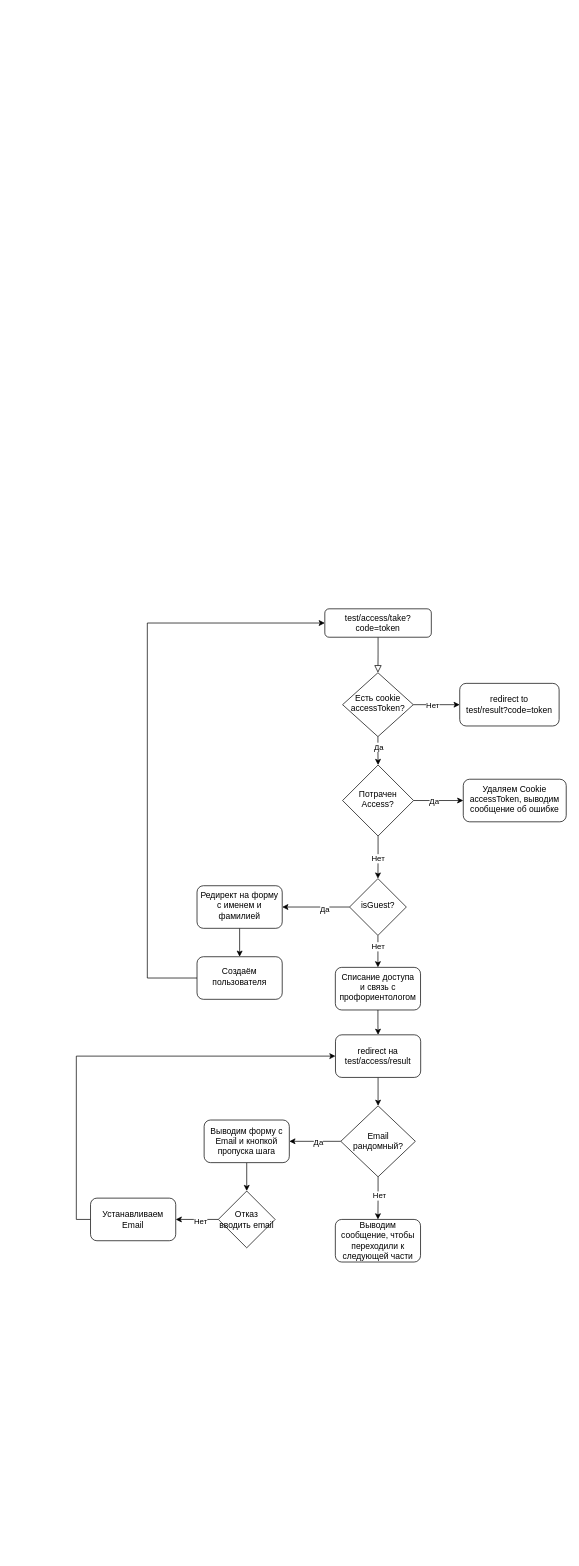
Earlier version of the draw.io diagram Диаграмма без названия.drawio (davidtema/drawio). Source tidied: cells renumbered, new cells numbered last; positions are measured from the earlier drawing's top-left corner, leaving out a move shared by most shapes. Both pictures are drawn from the tidied source at 71%, with x=0, y=0 at pixel (90, 608).
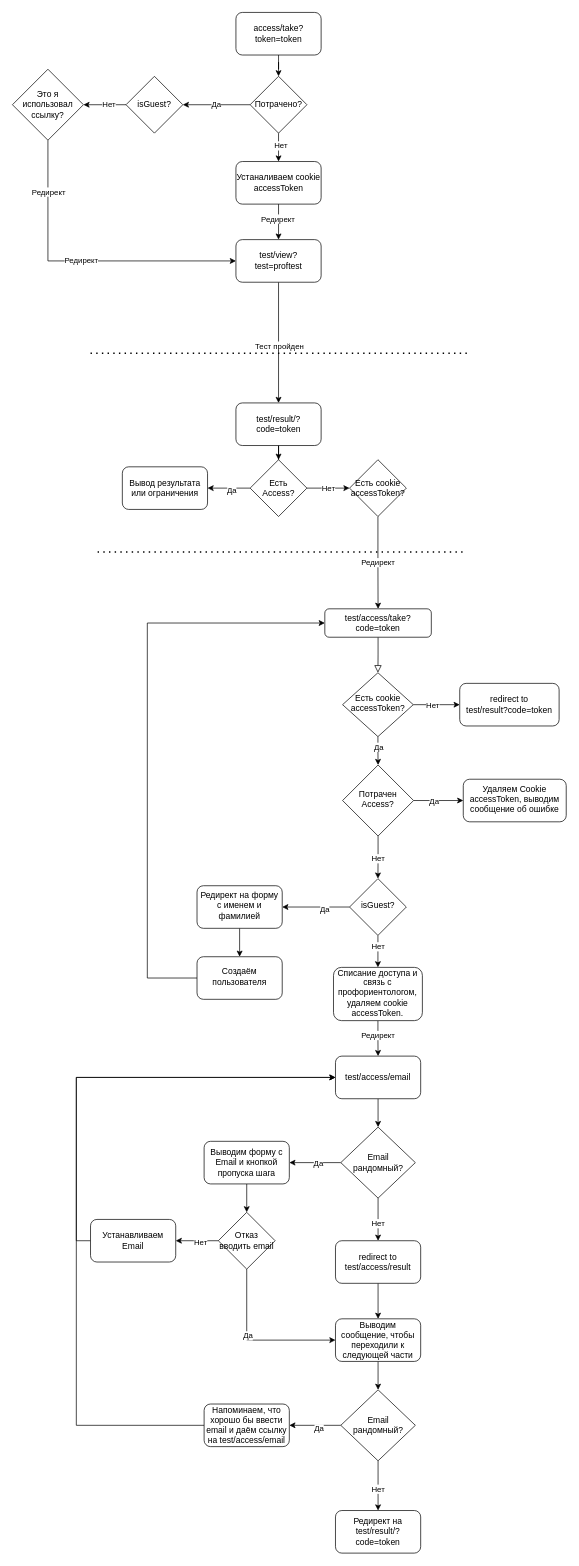
The same diagram, later.

Commit message:
Обновление диаграммы одноразовой ссылки.drawio

Unchanged cells that the change refers to:
```xml
<mxCell id="3" value="test/access/take?code=token" style="rounded=1;whiteSpace=wrap;html=1;fontSize=12;glass=0;strokeWidth=1;shadow=0;" parent="1" vertex="1">
  <mxGeometry x="330" width="150" height="40" as="geometry" />
</mxCell>
<mxCell id="25" style="edgeStyle=orthogonalEdgeStyle;rounded=0;jettySize=auto;html=1;" parent="1" edge="1" source="26" target="41">
  <mxGeometry relative="1" as="geometry" />
</mxCell>
```

What changed in the source:
```diff
@@
+    <mxCell id="42" value="Редирект" style="edgeLabel;html=1;align=center;verticalAlign=middle;" parent="25" vertex="1">
+      <mxGeometry x="-0.2" relative="1" as="geometry" />
+    </mxCell>
-    <mxCell id="26" value="Списание доступа и связь с профориентологом" style="rounded=1;whiteSpace=wrap;html=1;shadow=0;strokeWidth=1;spacing=6;spacingTop=-4;" parent="1" vertex="1">
-      <mxGeometry x="344.8" y="505" width="120" height="60" as="geometry" />
+    <mxCell id="26" value="Списание доступа и связь с профориентологом, удаляем cookie accessToken." style="rounded=1;whiteSpace=wrap;html=1;shadow=0;strokeWidth=1;spacing=6;spacingTop=-4;" parent="1" vertex="1">
+      <mxGeometry x="342.2" y="505" width="125.2" height="75" as="geometry" />
     </mxCell>
@@
-    <mxCell id="29" style="edgeStyle=orthogonalEdgeStyle;rounded=0;jettySize=auto;html=1;" parent="1" edge="1" source="31" target="34">
-      <mxGeometry relative="1" as="geometry" />
-    </mxCell>
-    <mxCell id="30" value="Нет" style="edgeLabel;html=1;align=center;verticalAlign=middle;" parent="29" vertex="1">
-      <mxGeometry x="-0.13" y="1" relative="1" as="geometry" />
-    </mxCell>
+    <mxCell id="43" style="edgeStyle=orthogonalEdgeStyle;rounded=0;jettySize=auto;html=1;" parent="1" edge="1" source="31" target="49">
+      <mxGeometry relative="1" as="geometry" />
+    </mxCell>
+    <mxCell id="44" value="Нет" style="edgeLabel;html=1;align=center;verticalAlign=middle;" parent="43" vertex="1">
+      <mxGeometry x="0.16" y="-1" relative="1" as="geometry" />
+    </mxCell>
     <mxCell id="31" value="Email рандомный?" style="rhombus;whiteSpace=wrap;html=1;" parent="1" vertex="1">
-      <mxGeometry x="352.5" y="700" width="105" height="100" as="geometry" />
+      <mxGeometry x="352.5" y="730" width="105" height="100" as="geometry" />
     </mxCell>
@@
     <mxCell id="33" value="Выводим форму с Email и кнопкой пропуска шага" style="rounded=1;whiteSpace=wrap;html=1;" parent="1" vertex="1">
-      <mxGeometry x="160" y="720" width="120" height="60" as="geometry" />
+      <mxGeometry x="160" y="750" width="120" height="60" as="geometry" />
     </mxCell>
+    <mxCell id="45" style="edgeStyle=orthogonalEdgeStyle;rounded=0;jettySize=auto;html=1;" parent="1" edge="1" source="34" target="54">
+      <mxGeometry relative="1" as="geometry" />
+    </mxCell>
     <mxCell id="34" value="Выводим сообщение, чтобы переходили к следующей части" style="rounded=1;whiteSpace=wrap;html=1;" parent="1" vertex="1">
-      <mxGeometry x="344.8" y="860" width="120" height="60" as="geometry" />
+      <mxGeometry x="345" y="1000" width="120" height="60" as="geometry" />
     </mxCell>
@@
+    <mxCell id="46" style="edgeStyle=orthogonalEdgeStyle;rounded=0;jettySize=auto;html=1;entryX=0;entryY=0.5;entryDx=0;entryDy=0;" parent="1" edge="1" source="37" target="34">
+      <mxGeometry relative="1" as="geometry">
+        <Array as="points">
+          <mxPoint x="220" y="1030" />
+        </Array>
+      </mxGeometry>
+    </mxCell>
+    <mxCell id="47" value="Да" style="edgeLabel;html=1;align=center;verticalAlign=middle;" parent="46" vertex="1">
+      <mxGeometry x="-0.17" y="1" relative="1" as="geometry" />
+    </mxCell>
     <mxCell id="37" value="Отказ вводить email" style="rhombus;whiteSpace=wrap;html=1;" parent="1" vertex="1">
-      <mxGeometry x="180" y="820" width="80" height="80" as="geometry" />
+      <mxGeometry x="180" y="850" width="80" height="80" as="geometry" />
     </mxCell>
@@
     <mxCell id="39" value="Устанавливаем Email" style="rounded=1;whiteSpace=wrap;html=1;" parent="1" vertex="1">
-      <mxGeometry y="830" width="120" height="60" as="geometry" />
+      <mxGeometry y="860" width="120" height="60" as="geometry" />
     </mxCell>
@@
-    <mxCell id="41" value="redirect на test/access/result" style="rounded=1;whiteSpace=wrap;html=1;" parent="1" vertex="1">
-      <mxGeometry x="345" y="600" width="120" height="60" as="geometry" />
+    <mxCell id="41" value="test/access/email" style="rounded=1;whiteSpace=wrap;html=1;" parent="1" vertex="1">
+      <mxGeometry x="345" y="630" width="120" height="60" as="geometry" />
     </mxCell>
+    <mxCell id="48" style="edgeStyle=orthogonalEdgeStyle;rounded=0;jettySize=auto;html=1;" parent="1" edge="1" source="49" target="34">
+      <mxGeometry relative="1" as="geometry" />
+    </mxCell>
+    <mxCell id="49" value="redirect to test/access/result" style="rounded=1;whiteSpace=wrap;html=1;" parent="1" vertex="1">
+      <mxGeometry x="345" y="890" width="120" height="60" as="geometry" />
+    </mxCell>
+    <mxCell id="50" style="edgeStyle=orthogonalEdgeStyle;rounded=0;jettySize=auto;html=1;" parent="1" edge="1" source="54" target="56">
+      <mxGeometry relative="1" as="geometry" />
+    </mxCell>
+    <mxCell id="51" value="Да" style="edgeLabel;html=1;align=center;verticalAlign=middle;" parent="50" vertex="1">
+      <mxGeometry x="-0.15" y="4" relative="1" as="geometry" />
+    </mxCell>
+    <mxCell id="52" style="edgeStyle=orthogonalEdgeStyle;rounded=0;jettySize=auto;html=1;" parent="1" edge="1" source="54" target="57">
+      <mxGeometry relative="1" as="geometry" />
+    </mxCell>
+    <mxCell id="53" value="Нет" style="edgeLabel;html=1;align=center;verticalAlign=middle;" parent="52" vertex="1">
+      <mxGeometry x="0.11" y="-1" relative="1" as="geometry" />
+    </mxCell>
+    <mxCell id="54" value="Email рандомный?" style="rhombus;whiteSpace=wrap;html=1;" parent="1" vertex="1">
+      <mxGeometry x="352.5" y="1100" width="105" height="100" as="geometry" />
+    </mxCell>
+    <mxCell id="55" style="edgeStyle=orthogonalEdgeStyle;rounded=0;jettySize=auto;html=1;exitX=0;exitY=0.5;exitDx=0;exitDy=0;entryX=0;entryY=0.5;entryDx=0;entryDy=0;" parent="1" edge="1" source="56" target="41">
+      <mxGeometry relative="1" as="geometry">
+        <Array as="points">
+          <mxPoint x="-20" y="1150" />
+          <mxPoint x="-20" y="660" />
+        </Array>
+      </mxGeometry>
+    </mxCell>
+    <mxCell id="56" value="Напоминаем, что хорошо бы ввести email и даём ссылку на test/access/email" style="rounded=1;whiteSpace=wrap;html=1;" parent="1" vertex="1">
+      <mxGeometry x="160" y="1120" width="120" height="60" as="geometry" />
+    </mxCell>
+    <mxCell id="57" value="Редирект на test/result/?code=token" style="rounded=1;whiteSpace=wrap;html=1;" parent="1" vertex="1">
+      <mxGeometry x="345" y="1270" width="120" height="60" as="geometry" />
+    </mxCell>
+    <mxCell id="58" style="edgeStyle=orthogonalEdgeStyle;rounded=0;jettySize=auto;html=1;" parent="1" edge="1" source="59" target="63">
+      <mxGeometry relative="1" as="geometry" />
+    </mxCell>
+    <mxCell id="59" value="access/take?token=token" style="rounded=1;whiteSpace=wrap;html=1;" parent="1" vertex="1">
+      <mxGeometry x="204.8" y="-840" width="120" height="60" as="geometry" />
+    </mxCell>
+    <mxCell id="60" value="Да" style="edgeStyle=orthogonalEdgeStyle;rounded=0;jettySize=auto;html=1;" parent="1" edge="1" source="63">
+      <mxGeometry relative="1" as="geometry">
+        <mxPoint x="130" y="-710" as="targetPoint" />
+      </mxGeometry>
+    </mxCell>
+    <mxCell id="61" style="edgeStyle=orthogonalEdgeStyle;rounded=0;jettySize=auto;html=1;" parent="1" edge="1" source="63" target="66">
+      <mxGeometry relative="1" as="geometry" />
+    </mxCell>
+    <mxCell id="62" value="Нет" style="edgeLabel;html=1;align=center;verticalAlign=middle;" parent="61" vertex="1">
+      <mxGeometry x="-0.16" y="3" relative="1" as="geometry" />
+    </mxCell>
+    <mxCell id="63" value="Потрачено?" style="rhombus;whiteSpace=wrap;html=1;" parent="1" vertex="1">
+      <mxGeometry x="224.8" y="-750" width="80" height="80" as="geometry" />
+    </mxCell>
+    <mxCell id="64" style="edgeStyle=orthogonalEdgeStyle;rounded=0;jettySize=auto;html=1;" parent="1" edge="1" source="66" target="75">
+      <mxGeometry relative="1" as="geometry" />
+    </mxCell>
+    <mxCell id="65" value="Редирект" style="edgeLabel;html=1;align=center;verticalAlign=middle;" parent="64" vertex="1">
+      <mxGeometry x="-0.18" y="-1" relative="1" as="geometry">
+        <mxPoint y="-1" as="offset" />
+      </mxGeometry>
+    </mxCell>
+    <mxCell id="66" value="Устаналиваем cookie accessToken" style="rounded=1;whiteSpace=wrap;html=1;" parent="1" vertex="1">
+      <mxGeometry x="204.8" y="-630" width="120" height="60" as="geometry" />
+    </mxCell>
+    <mxCell id="67" style="edgeStyle=orthogonalEdgeStyle;rounded=0;jettySize=auto;html=1;" parent="1" edge="1" source="69" target="72">
+      <mxGeometry relative="1" as="geometry" />
+    </mxCell>
+    <mxCell id="68" value="Нет" style="edgeLabel;html=1;align=center;verticalAlign=middle;" parent="67" vertex="1">
+      <mxGeometry x="-0.17" y="-1" relative="1" as="geometry" />
+    </mxCell>
+    <mxCell id="69" value="isGuest?" style="rhombus;whiteSpace=wrap;html=1;" parent="1" vertex="1">
+      <mxGeometry x="50" y="-750" width="80" height="80" as="geometry" />
+    </mxCell>
+    <mxCell id="70" value="Редирект" style="edgeStyle=orthogonalEdgeStyle;rounded=0;jettySize=auto;html=1;exitX=0.5;exitY=1;exitDx=0;exitDy=0;entryX=0;entryY=0.5;entryDx=0;entryDy=0;" parent="1" edge="1" source="72" target="75">
+      <mxGeometry relative="1" as="geometry" />
+    </mxCell>
+    <mxCell id="71" value="Редирект" style="edgeLabel;html=1;align=center;verticalAlign=middle;" parent="70" vertex="1">
+      <mxGeometry x="-0.67" relative="1" as="geometry" />
+    </mxCell>
+    <mxCell id="72" value="Это я использовал ссылку?" style="rhombus;whiteSpace=wrap;html=1;" parent="1" vertex="1">
+      <mxGeometry x="-110" y="-760" width="100" height="100" as="geometry" />
+    </mxCell>
+    <mxCell id="73" style="edgeStyle=orthogonalEdgeStyle;rounded=0;jettySize=auto;html=1;exitX=0.5;exitY=1;exitDx=0;exitDy=0;entryX=0.5;entryY=0;entryDx=0;entryDy=0;" parent="1" edge="1" source="75" target="77">
+      <mxGeometry relative="1" as="geometry" />
+    </mxCell>
+    <mxCell id="74" value="Тест пройден" style="edgeLabel;html=1;align=center;verticalAlign=middle;" parent="73" vertex="1">
+      <mxGeometry x="0.05" y="1" relative="1" as="geometry" />
+    </mxCell>
+    <mxCell id="75" value="test/view?test=proftest" style="rounded=1;whiteSpace=wrap;html=1;" parent="1" vertex="1">
+      <mxGeometry x="204.8" y="-520" width="120" height="60" as="geometry" />
+    </mxCell>
+    <mxCell id="76" style="edgeStyle=orthogonalEdgeStyle;rounded=0;jettySize=auto;html=1;" parent="1" edge="1" source="77" target="81">
+      <mxGeometry relative="1" as="geometry" />
+    </mxCell>
+    <mxCell id="77" value="test/result/?code=token" style="rounded=1;whiteSpace=wrap;html=1;" parent="1" vertex="1">
+      <mxGeometry x="204.8" y="-290" width="120" height="60" as="geometry" />
+    </mxCell>
+    <mxCell id="78" style="edgeStyle=orthogonalEdgeStyle;rounded=0;jettySize=auto;html=1;" parent="1" edge="1" source="81" target="82">
+      <mxGeometry relative="1" as="geometry" />
+    </mxCell>
+    <mxCell id="79" value="Да" style="edgeLabel;html=1;align=center;verticalAlign=middle;" parent="78" vertex="1">
+      <mxGeometry x="-0.15" y="2" relative="1" as="geometry" />
+    </mxCell>
+    <mxCell id="80" value="Нет" style="edgeStyle=orthogonalEdgeStyle;rounded=0;jettySize=auto;html=1;" parent="1" edge="1" source="81" target="84">
+      <mxGeometry relative="1" as="geometry" />
+    </mxCell>
+    <mxCell id="81" value="Есть &lt;br&gt;Access?" style="rhombus;whiteSpace=wrap;html=1;" parent="1" vertex="1">
+      <mxGeometry x="224.8" y="-210" width="80" height="80" as="geometry" />
+    </mxCell>
+    <mxCell id="82" value="Вывод результата или ограничения" style="rounded=1;whiteSpace=wrap;html=1;" parent="1" vertex="1">
+      <mxGeometry x="44.8" y="-200" width="120" height="60" as="geometry" />
+    </mxCell>
+    <mxCell id="83" value="Редирект" style="edgeStyle=orthogonalEdgeStyle;rounded=0;jettySize=auto;html=1;" parent="1" edge="1" source="84" target="3">
+      <mxGeometry relative="1" as="geometry" />
+    </mxCell>
+    <mxCell id="84" value="Есть cookie accessToken?" style="rhombus;whiteSpace=wrap;html=1;" parent="1" vertex="1">
+      <mxGeometry x="364.8" y="-210" width="80" height="80" as="geometry" />
+    </mxCell>
+    <mxCell id="85" style="endArrow=none;dashed=1;html=1;dashPattern=1 3;strokeWidth=2;rounded=0;" parent="1" edge="1">
+      <mxGeometry relative="1" as="geometry">
+        <mxPoint y="-360" as="sourcePoint" />
+        <mxPoint x="530" y="-360" as="targetPoint" />
+      </mxGeometry>
+    </mxCell>
+    <mxCell id="86" style="endArrow=none;dashed=1;html=1;dashPattern=1 3;strokeWidth=2;rounded=0;" parent="1" edge="1">
+      <mxGeometry relative="1" as="geometry">
+        <mxPoint x="10" y="-80" as="sourcePoint" />
+        <mxPoint x="530" y="-80" as="targetPoint" />
+      </mxGeometry>
+    </mxCell>
```
